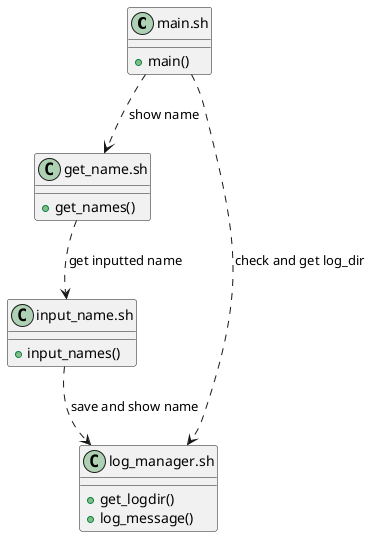
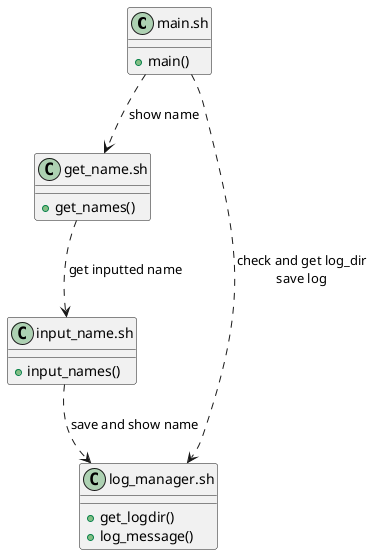
@startuml
	class "main.sh" as main {
		+ main()
	}
	class "input_name.sh" as input {
		+ input_names()
	}
	class "get_name.sh" as get {
		+ get_names()
	}
	class "log_manager.sh" as log {
		+ get_logdir()
		+ log_message()
	}

- main ..> log: check and get log_dir
+ main ..> log: check and get log_dir\nsave log
get ..> input: get inputted name
input ..> log: save and show name
main ..> get: show name
@enduml
